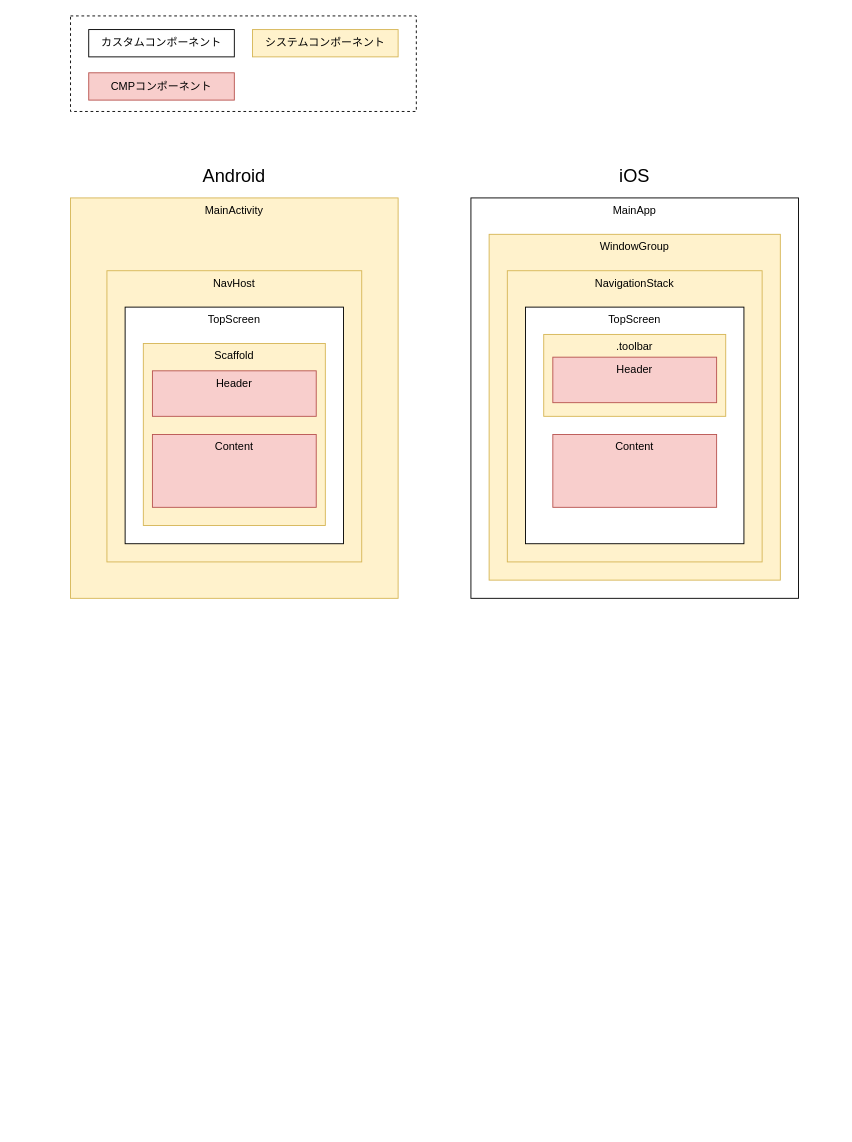
Above: page "ページ1" (1 of 3) of docs/CMP_In_Native化案.drawio in seabat/hybrid-cmp-pdf-viewer (draw.io), before the change. Source tidied: cells renumbered, new cells numbered last; positions are measured from the earlier drawing's top-left corner, leaving out a move shared by most shapes. Both pictures are drawn from the tidied source at 91%, with x=0, y=0 at pixel (70, 15).
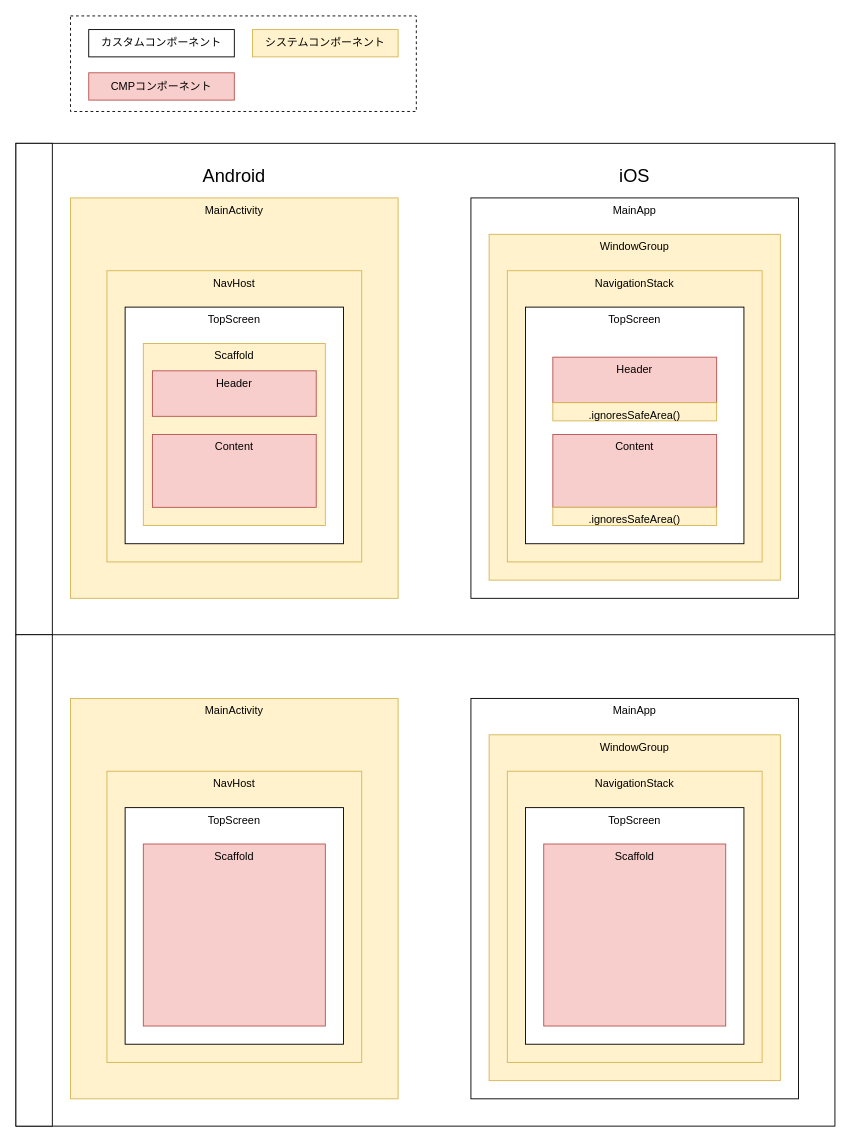
Above is the later version.

Commit message (it also covers changes not shown here):
Viewer ページの Scaffold を CMP 化する

The edit, as a diff of the source:
```diff
@@
+    <mxCell id="21" style="rounded=0;whiteSpace=wrap;html=1;" parent="1" vertex="1">
+      <mxGeometry x="-60" y="140" width="900" height="1080" as="geometry" />
+    </mxCell>
@@
-    <mxCell id="15" value=".toolbar" style="rounded=0;whiteSpace=wrap;html=1;verticalAlign=top;fillColor=#fff2cc;strokeColor=#d6b656;" parent="1" vertex="1">
-      <mxGeometry x="520" y="350" width="200" height="90" as="geometry" />
-    </mxCell>
@@
+    <mxCell id="22" style="rounded=0;whiteSpace=wrap;html=1;" parent="1" vertex="1">
+      <mxGeometry x="-60" y="140" width="40" height="540" as="geometry" />
+    </mxCell>
+    <mxCell id="23" style="rounded=0;whiteSpace=wrap;html=1;" parent="1" vertex="1">
+      <mxGeometry x="-60" y="680" width="40" height="540" as="geometry" />
+    </mxCell>
+    <mxCell id="24" value="MainActivity" style="rounded=0;whiteSpace=wrap;html=1;verticalAlign=top;fillColor=#fff2cc;strokeColor=#d6b656;" parent="1" vertex="1">
+      <mxGeometry y="750" width="360" height="440" as="geometry" />
+    </mxCell>
+    <mxCell id="25" value="NavHost" style="rounded=0;whiteSpace=wrap;html=1;verticalAlign=top;fillColor=#fff2cc;strokeColor=#d6b656;" parent="1" vertex="1">
+      <mxGeometry x="40" y="830" width="280" height="320" as="geometry" />
+    </mxCell>
+    <mxCell id="26" value="TopScreen" style="rounded=0;whiteSpace=wrap;html=1;verticalAlign=top;" parent="1" vertex="1">
+      <mxGeometry x="60" y="870" width="240" height="260" as="geometry" />
+    </mxCell>
+    <mxCell id="27" value="Scaffold" style="rounded=0;whiteSpace=wrap;html=1;verticalAlign=top;fillColor=#f8cecc;strokeColor=#b85450;" parent="1" vertex="1">
+      <mxGeometry x="80" y="910" width="200" height="200" as="geometry" />
+    </mxCell>
+    <mxCell id="28" value="MainApp" style="rounded=0;whiteSpace=wrap;html=1;verticalAlign=top;" parent="1" vertex="1">
+      <mxGeometry x="440" y="750" width="360" height="440" as="geometry" />
+    </mxCell>
+    <mxCell id="29" value="WindowGroup" style="rounded=0;whiteSpace=wrap;html=1;verticalAlign=top;fillColor=#fff2cc;strokeColor=#d6b656;" parent="1" vertex="1">
+      <mxGeometry x="460" y="790" width="320" height="380" as="geometry" />
+    </mxCell>
+    <mxCell id="30" value="NavigationStack" style="rounded=0;whiteSpace=wrap;html=1;verticalAlign=top;fillColor=#fff2cc;strokeColor=#d6b656;" parent="1" vertex="1">
+      <mxGeometry x="480" y="830" width="280" height="320" as="geometry" />
+    </mxCell>
+    <mxCell id="31" value="TopScreen" style="rounded=0;whiteSpace=wrap;html=1;verticalAlign=top;" parent="1" vertex="1">
+      <mxGeometry x="500" y="870" width="240" height="260" as="geometry" />
+    </mxCell>
+    <mxCell id="32" value="Scaffold" style="rounded=0;whiteSpace=wrap;html=1;verticalAlign=top;fillColor=#f8cecc;strokeColor=#b85450;" parent="1" vertex="1">
+      <mxGeometry x="520" y="910" width="200" height="200" as="geometry" />
+    </mxCell>
+    <mxCell id="33" style="endArrow=none;html=1;rounded=0;entryX=1;entryY=0.5;entryDx=0;entryDy=0;" parent="1" edge="1" target="21">
+      <mxGeometry relative="1" as="geometry">
+        <mxPoint x="-20" y="680" as="sourcePoint" />
+      </mxGeometry>
+    </mxCell>
+    <mxCell id="34" value=".ignoresSafeArea()" style="rounded=0;whiteSpace=wrap;html=1;verticalAlign=top;fillColor=#fff2cc;strokeColor=#d6b656;" parent="1" vertex="1">
+      <mxGeometry x="530" y="425" width="180" height="20" as="geometry" />
+    </mxCell>
+    <mxCell id="35" value=".ignoresSafeArea()" style="rounded=0;whiteSpace=wrap;html=1;verticalAlign=top;fillColor=#fff2cc;strokeColor=#d6b656;" parent="1" vertex="1">
+      <mxGeometry x="530" y="540" width="180" height="20" as="geometry" />
+    </mxCell>
```
